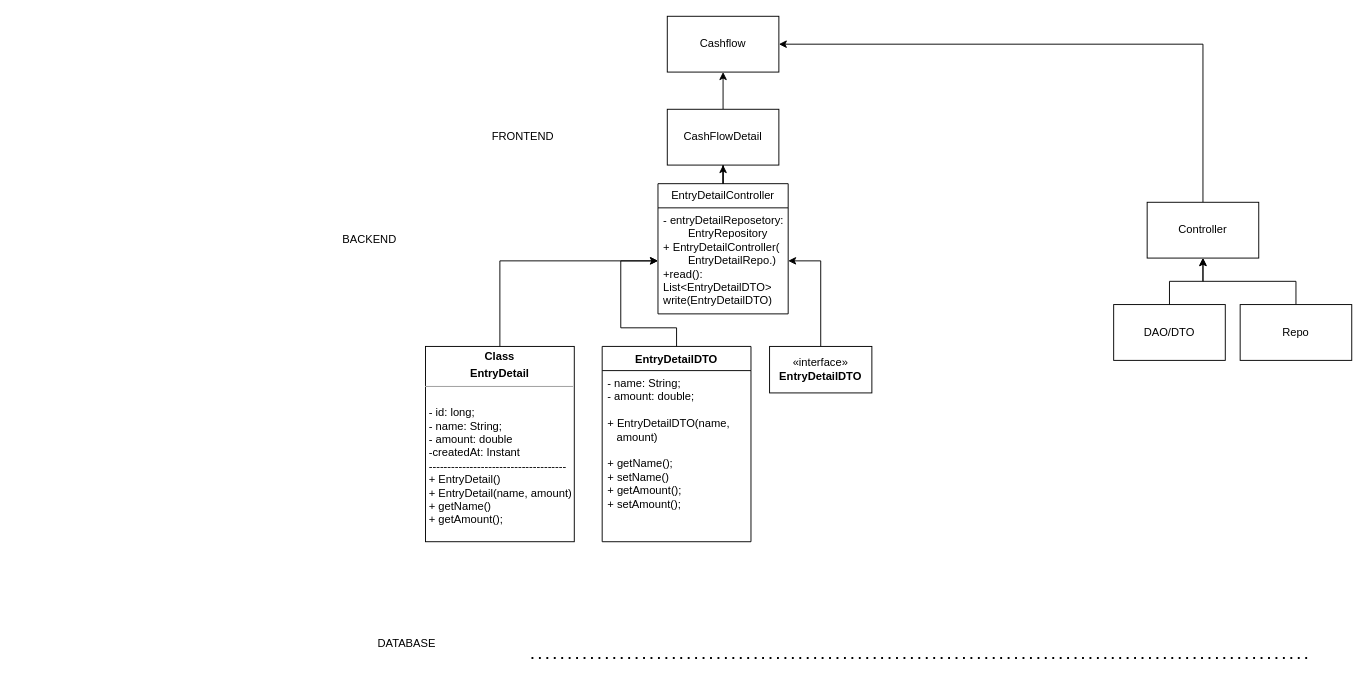
Above: Backend.drawio in MBundel/budgetPlanner (draw.io), before the change. Source tidied: cells renumbered, new cells numbered last; positions are measured from the earlier drawing's top-left corner, leaving out a move shared by most shapes. Both pictures are drawn from the tidied source at 93%, with x=0, y=0 at pixel (341, 16).
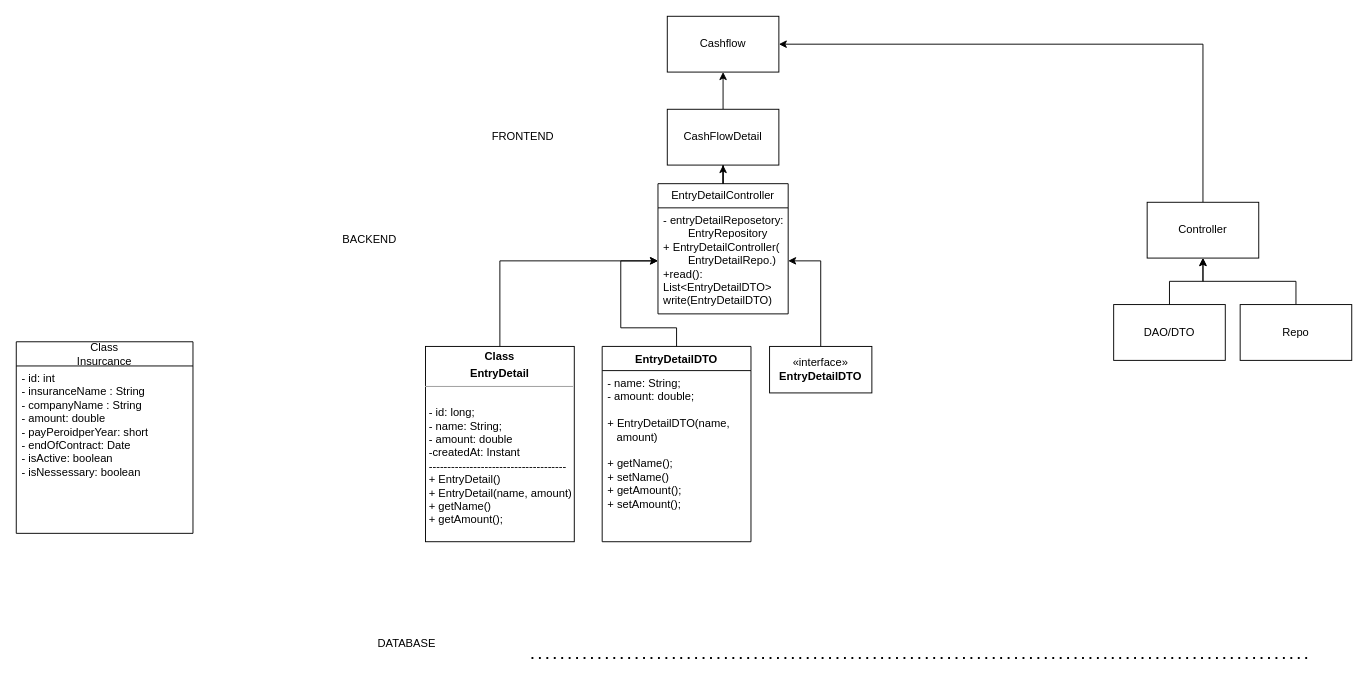
After the change.

Commit message:
insurance class 0.9.0

Change to the diagram source:
```diff
@@
+    <mxCell id="25" value="Class&lt;br&gt;Insurcance" style="swimlane;fontStyle=0;horizontal=1;startSize=26;fillColor=none;whiteSpace=wrap;html=1;" parent="1" vertex="1">
+      <mxGeometry x="-350" y="350" width="190" height="206" as="geometry" />
+    </mxCell>
+    <mxCell id="26" value="- id: int&amp;nbsp;&lt;br&gt;- insuranceName : String&lt;br&gt;- companyName : String&lt;br&gt;- amount: double&lt;br&gt;- payPeroidperYear: short&lt;br&gt;- endOfContract: Date&lt;br&gt;- isActive: boolean&lt;br&gt;- isNessessary: boolean" style="text;strokeColor=none;fillColor=none;align=left;verticalAlign=top;spacingLeft=4;spacingRight=4;overflow=hidden;whiteSpace=wrap;html=1;" parent="25" vertex="1">
+      <mxGeometry y="26" width="190" height="180" as="geometry" />
+    </mxCell>
```
